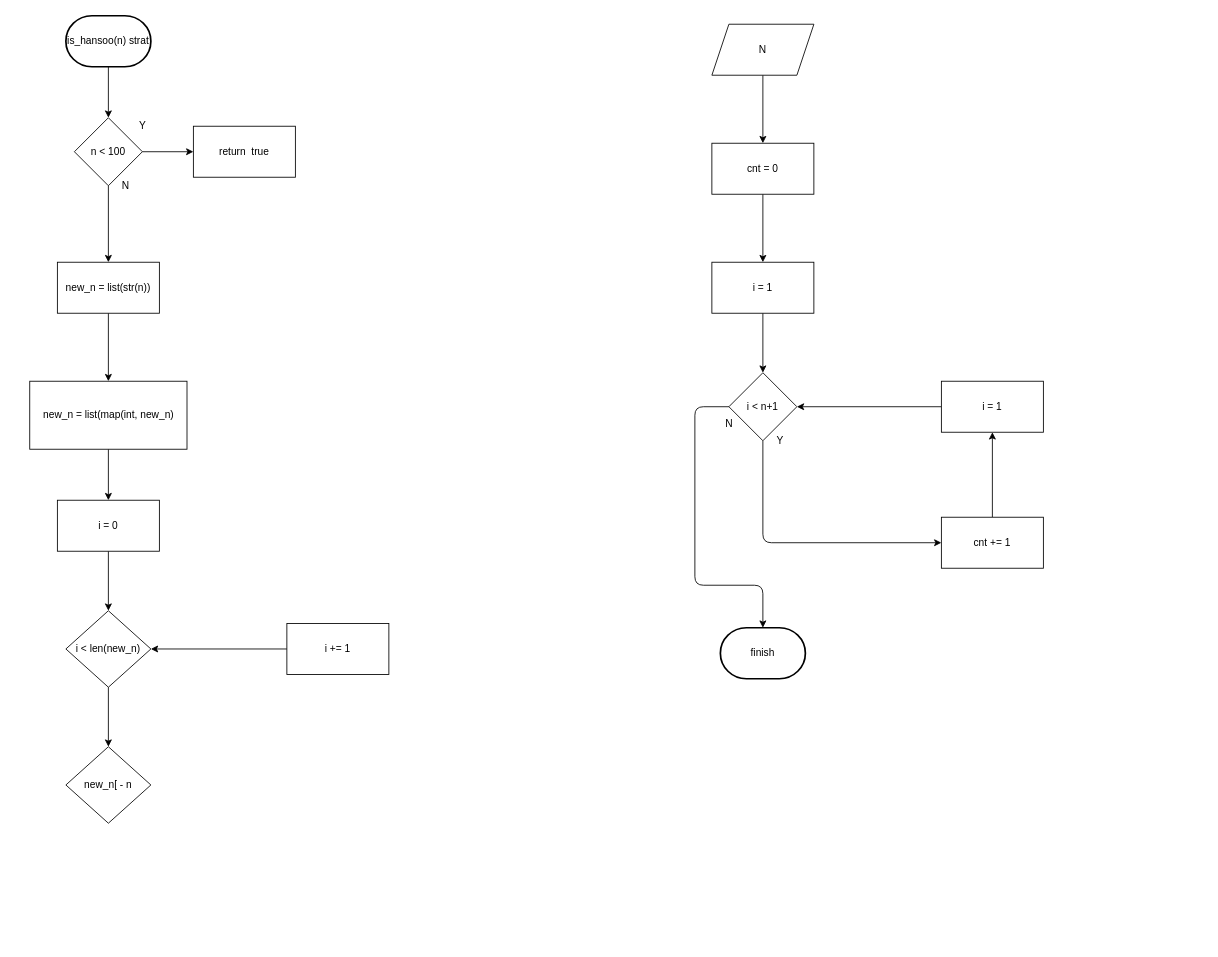
Earlier version of the draw.io diagram stage/05_function/1065.drawio (Gyeongrok-Oh/boj). Source tidied: cells renumbered, new cells numbered last; positions are measured from the earlier drawing's top-left corner, leaving out a move shared by most shapes. Both pictures are drawn from the tidied source at 85%, with x=0, y=0 at pixel (30, 15).
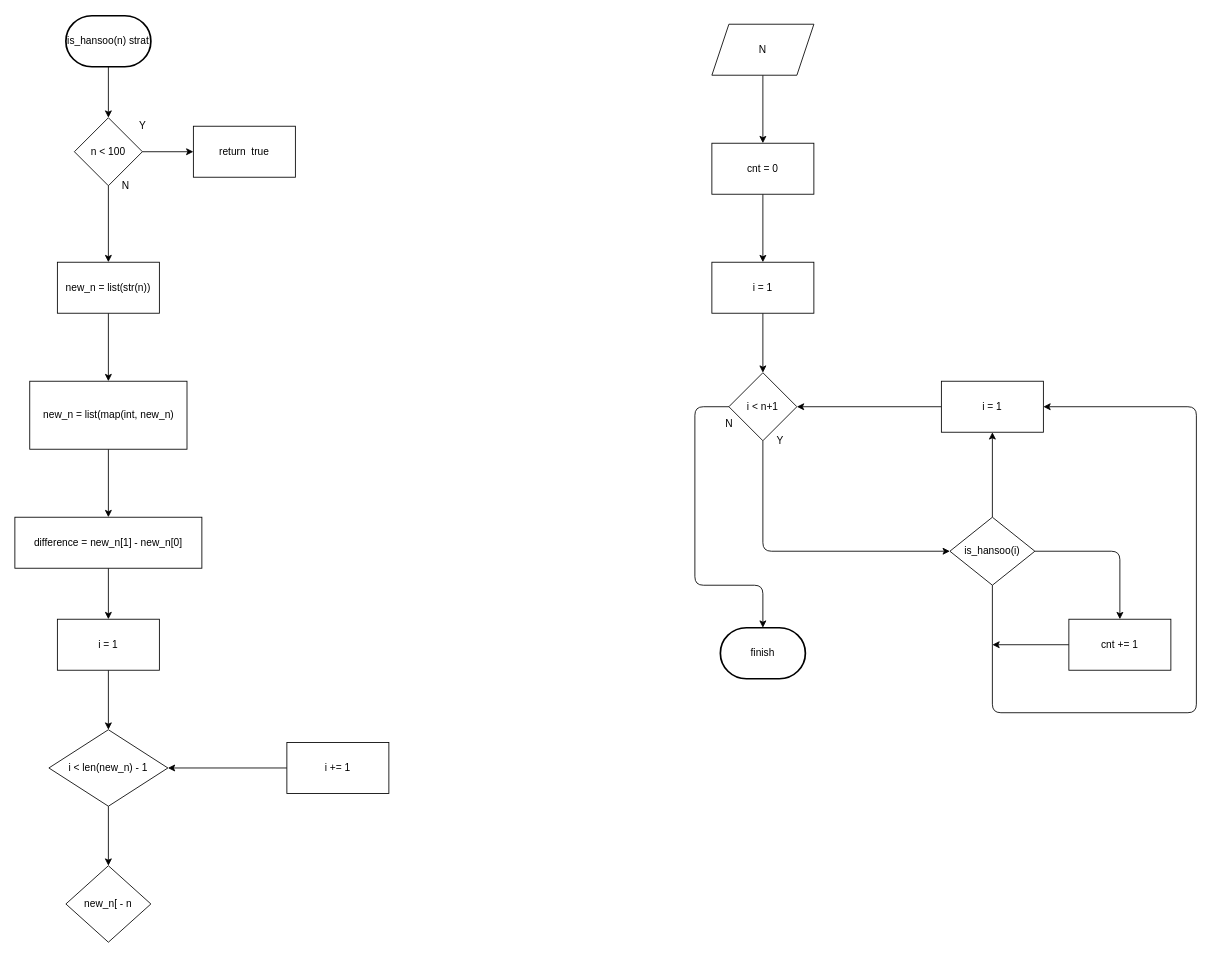
The same page after the edit.

Unchanged cells that the change refers to:
```xml
<mxCell id="13" value="new_n = list(map(int, new_n)" style="whiteSpace=wrap;html=1;" parent="1" vertex="1">
  <mxGeometry x="-0.5" y="430" width="185" height="80" as="geometry" />
</mxCell>
<mxCell id="29" value="i &amp;lt; n+1" style="rhombus;whiteSpace=wrap;html=1;" parent="1" vertex="1">
  <mxGeometry x="822" y="420" width="80" height="80" as="geometry" />
</mxCell>
<mxCell id="31" value="i = 1" style="whiteSpace=wrap;html=1;" parent="1" vertex="1">
  <mxGeometry x="1072" y="430" width="120" height="60" as="geometry" />
</mxCell>
```

What changed in the source:
```diff
@@
-    <mxCell id="12" style="edgeStyle=none;html=1;" parent="1" edge="1" source="13" target="15">
-      <mxGeometry relative="1" as="geometry" />
-    </mxCell>
+    <mxCell id="37" style="edgeStyle=none;html=1;" parent="1" edge="1" source="13" target="48">
+      <mxGeometry relative="1" as="geometry" />
+    </mxCell>
@@
-    <mxCell id="14" style="edgeStyle=none;html=1;" parent="1" edge="1" source="15" target="17">
-      <mxGeometry relative="1" as="geometry" />
-    </mxCell>
-    <mxCell id="15" value="i = 0" style="whiteSpace=wrap;html=1;" parent="1" vertex="1">
-      <mxGeometry x="32" y="570" width="120" height="60" as="geometry" />
-    </mxCell>
-    <mxCell id="16" style="edgeStyle=none;html=1;" parent="1" edge="1" source="17" target="20">
-      <mxGeometry relative="1" as="geometry" />
-    </mxCell>
-    <mxCell id="17" value="i &amp;lt; len(new_n)" style="rhombus;whiteSpace=wrap;html=1;" parent="1" vertex="1">
-      <mxGeometry x="42" y="700" width="100" height="90" as="geometry" />
-    </mxCell>
-    <mxCell id="18" style="edgeStyle=none;html=1;entryX=1;entryY=0.5;entryDx=0;entryDy=0;" parent="1" edge="1" source="19" target="17">
-      <mxGeometry relative="1" as="geometry" />
-    </mxCell>
-    <mxCell id="19" value="i += 1" style="whiteSpace=wrap;html=1;" parent="1" vertex="1">
-      <mxGeometry x="302" y="715" width="120" height="60" as="geometry" />
-    </mxCell>
-    <mxCell id="20" value="new_n[ - n" style="rhombus;whiteSpace=wrap;html=1;" parent="1" vertex="1">
-      <mxGeometry x="42" y="860" width="100" height="90" as="geometry" />
-    </mxCell>
@@
-    <mxCell id="27" style="edgeStyle=none;html=1;" parent="1" edge="1" source="29" target="33">
+    <mxCell id="27" style="edgeStyle=none;html=1;entryX=0;entryY=0.5;entryDx=0;entryDy=0;" parent="1" edge="1" source="29" target="41">
       <mxGeometry relative="1" as="geometry">
         <Array as="points">
-          <mxPoint x="862" y="620" />
+          <mxPoint x="862" y="630" />
         </Array>
       </mxGeometry>
     </mxCell>
@@
-    <mxCell id="32" style="edgeStyle=none;html=1;" parent="1" edge="1" source="33" target="31">
+    <mxCell id="32" style="edgeStyle=none;html=1;exitX=0.5;exitY=0;exitDx=0;exitDy=0;" parent="1" edge="1" source="41" target="31">
       <mxGeometry relative="1" as="geometry" />
     </mxCell>
-    <mxCell id="33" value="cnt += 1" style="whiteSpace=wrap;html=1;" parent="1" vertex="1">
-      <mxGeometry x="1072" y="590" width="120" height="60" as="geometry" />
-    </mxCell>
@@
+    <mxCell id="38" style="edgeStyle=none;html=1;" parent="1" edge="1" source="33">
+      <mxGeometry relative="1" as="geometry">
+        <mxPoint x="1132" y="740" as="targetPoint" />
+      </mxGeometry>
+    </mxCell>
+    <mxCell id="33" value="cnt += 1" style="whiteSpace=wrap;html=1;" parent="1" vertex="1">
+      <mxGeometry x="1222" y="710" width="120" height="60" as="geometry" />
+    </mxCell>
+    <mxCell id="39" style="edgeStyle=none;html=1;entryX=0.5;entryY=0;entryDx=0;entryDy=0;" parent="1" edge="1" source="41" target="33">
+      <mxGeometry relative="1" as="geometry">
+        <Array as="points">
+          <mxPoint x="1282" y="630" />
+        </Array>
+      </mxGeometry>
+    </mxCell>
+    <mxCell id="40" style="edgeStyle=none;html=1;entryX=1;entryY=0.5;entryDx=0;entryDy=0;" parent="1" edge="1" source="41" target="31">
+      <mxGeometry relative="1" as="geometry">
+        <Array as="points">
+          <mxPoint x="1132" y="820" />
+          <mxPoint x="1372" y="820" />
+          <mxPoint x="1372" y="460" />
+        </Array>
+      </mxGeometry>
+    </mxCell>
+    <mxCell id="41" value="is_hansoo(i)" style="rhombus;whiteSpace=wrap;html=1;" parent="1" vertex="1">
+      <mxGeometry x="1082" y="590" width="100" height="80" as="geometry" />
+    </mxCell>
+    <mxCell id="42" style="edgeStyle=none;html=1;" parent="1" edge="1" source="43" target="45">
+      <mxGeometry relative="1" as="geometry" />
+    </mxCell>
+    <mxCell id="43" value="i = 1" style="whiteSpace=wrap;html=1;" parent="1" vertex="1">
+      <mxGeometry x="32" y="710" width="120" height="60" as="geometry" />
+    </mxCell>
+    <mxCell id="44" style="edgeStyle=none;html=1;" parent="1" edge="1" source="45" target="20">
+      <mxGeometry relative="1" as="geometry" />
+    </mxCell>
+    <mxCell id="45" value="i &amp;lt; len(new_n) - 1" style="rhombus;whiteSpace=wrap;html=1;" parent="1" vertex="1">
+      <mxGeometry x="22" y="840" width="140" height="90" as="geometry" />
+    </mxCell>
+    <mxCell id="46" style="edgeStyle=none;html=1;entryX=1;entryY=0.5;entryDx=0;entryDy=0;" parent="1" edge="1" source="19" target="45">
+      <mxGeometry relative="1" as="geometry" />
+    </mxCell>
+    <mxCell id="19" value="i += 1" style="whiteSpace=wrap;html=1;" parent="1" vertex="1">
+      <mxGeometry x="302" y="855" width="120" height="60" as="geometry" />
+    </mxCell>
+    <mxCell id="20" value="new_n[ - n" style="rhombus;whiteSpace=wrap;html=1;" parent="1" vertex="1">
+      <mxGeometry x="42" y="1000" width="100" height="90" as="geometry" />
+    </mxCell>
+    <mxCell id="47" style="edgeStyle=none;html=1;" parent="1" edge="1" source="48" target="43">
+      <mxGeometry relative="1" as="geometry" />
+    </mxCell>
+    <mxCell id="48" value="difference = new_n[1] - new_n[0]" style="whiteSpace=wrap;html=1;" parent="1" vertex="1">
+      <mxGeometry x="-18" y="590" width="220" height="60" as="geometry" />
+    </mxCell>
```
